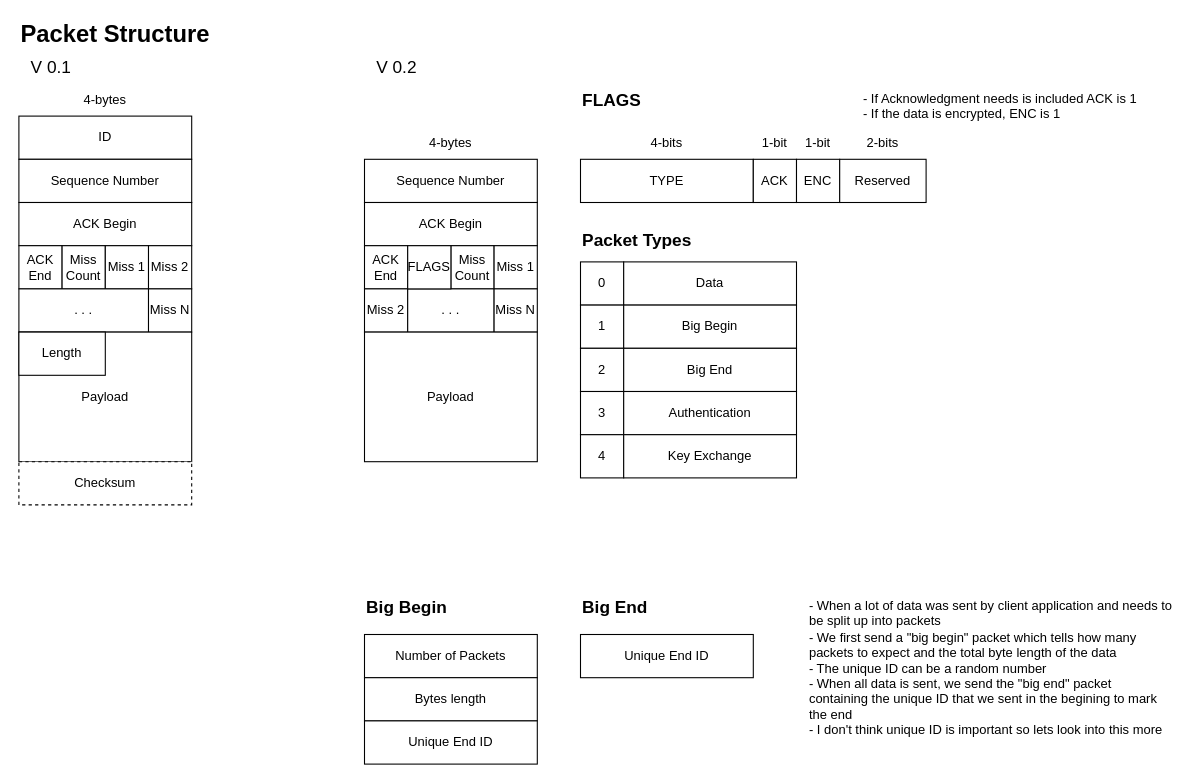
Earlier version of the draw.io diagram page "Packet Structure" (4 of 4) of Software-Architecture.drawio (Prototype-Aether/Prototype-Aether). Source tidied: cells renumbered, new cells numbered last; positions are measured from the earlier drawing's top-left corner, leaving out a move shared by most shapes. Both pictures are drawn from the tidied source at 108%, with x=0, y=0 at pixel (18, 18).
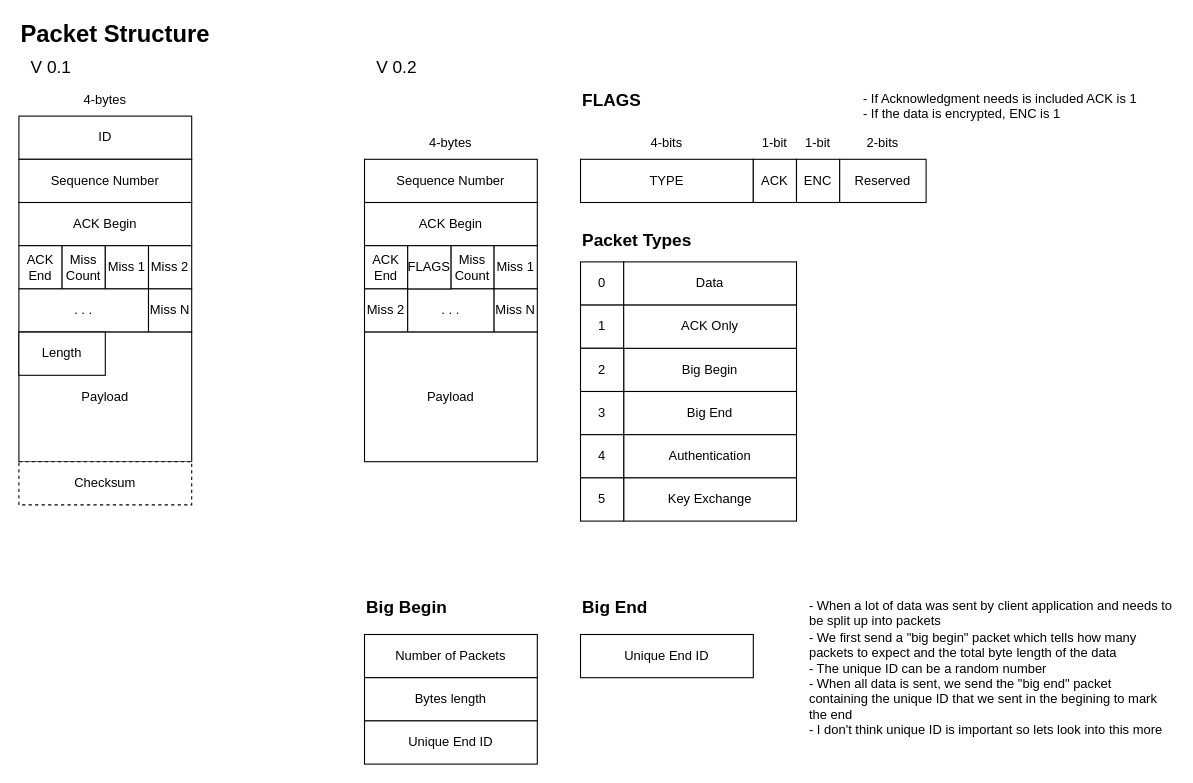
After the change.

Change to the diagram source:
```diff
@@
     <mxCell id="34" value="Big Begin" style="rounded=0;whiteSpace=wrap;html=1;" parent="1" vertex="1">
-      <mxGeometry x="560" y="265" width="160" height="40" as="geometry" />
+      <mxGeometry x="560" y="305" width="160" height="40" as="geometry" />
     </mxCell>
@@
     <mxCell id="36" value="Big End" style="rounded=0;whiteSpace=wrap;html=1;" parent="1" vertex="1">
-      <mxGeometry x="560" y="305" width="160" height="40" as="geometry" />
+      <mxGeometry x="560" y="345" width="160" height="40" as="geometry" />
     </mxCell>
@@
     <mxCell id="38" value="Authentication" style="rounded=0;whiteSpace=wrap;html=1;" parent="1" vertex="1">
-      <mxGeometry x="560" y="345" width="160" height="40" as="geometry" />
+      <mxGeometry x="560" y="385" width="160" height="40" as="geometry" />
     </mxCell>
@@
     <mxCell id="42" value="Key Exchange" style="rounded=0;whiteSpace=wrap;html=1;" parent="1" vertex="1">
-      <mxGeometry x="560" y="385" width="160" height="40" as="geometry" />
+      <mxGeometry x="560" y="425" width="160" height="40" as="geometry" />
     </mxCell>
@@
+    <mxCell id="57" value="5" style="rounded=0;whiteSpace=wrap;html=1;" parent="1" vertex="1">
+      <mxGeometry x="520" y="425" width="40" height="40" as="geometry" />
+    </mxCell>
+    <mxCell id="58" value="ACK Only" style="rounded=0;whiteSpace=wrap;html=1;" parent="1" vertex="1">
+      <mxGeometry x="560" y="265" width="160" height="40" as="geometry" />
+    </mxCell>
```
